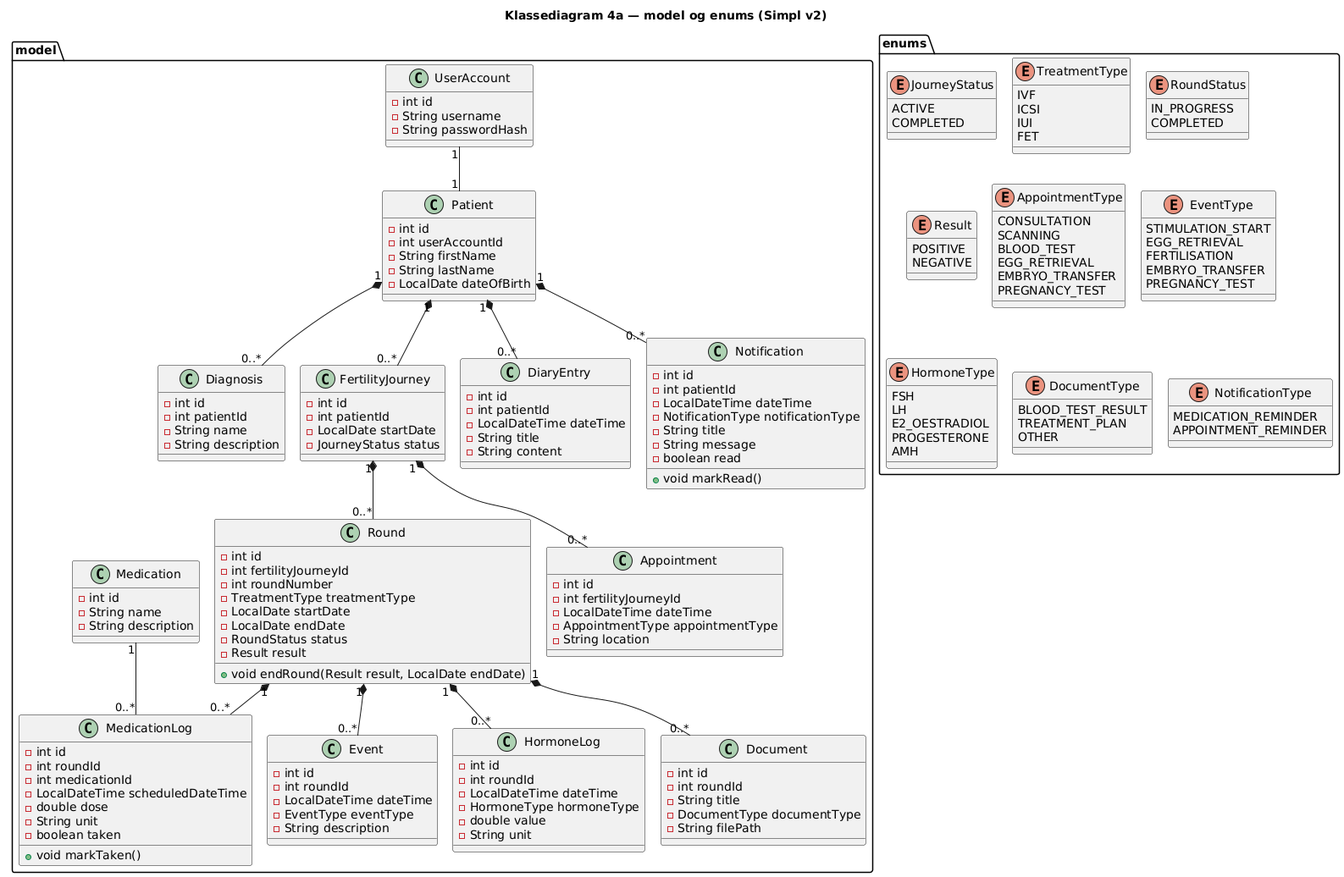
Before: doc/static/Klassediagram4a.png, a diagram exported from PlantUML (BesimaP/Simpl-PET-project).
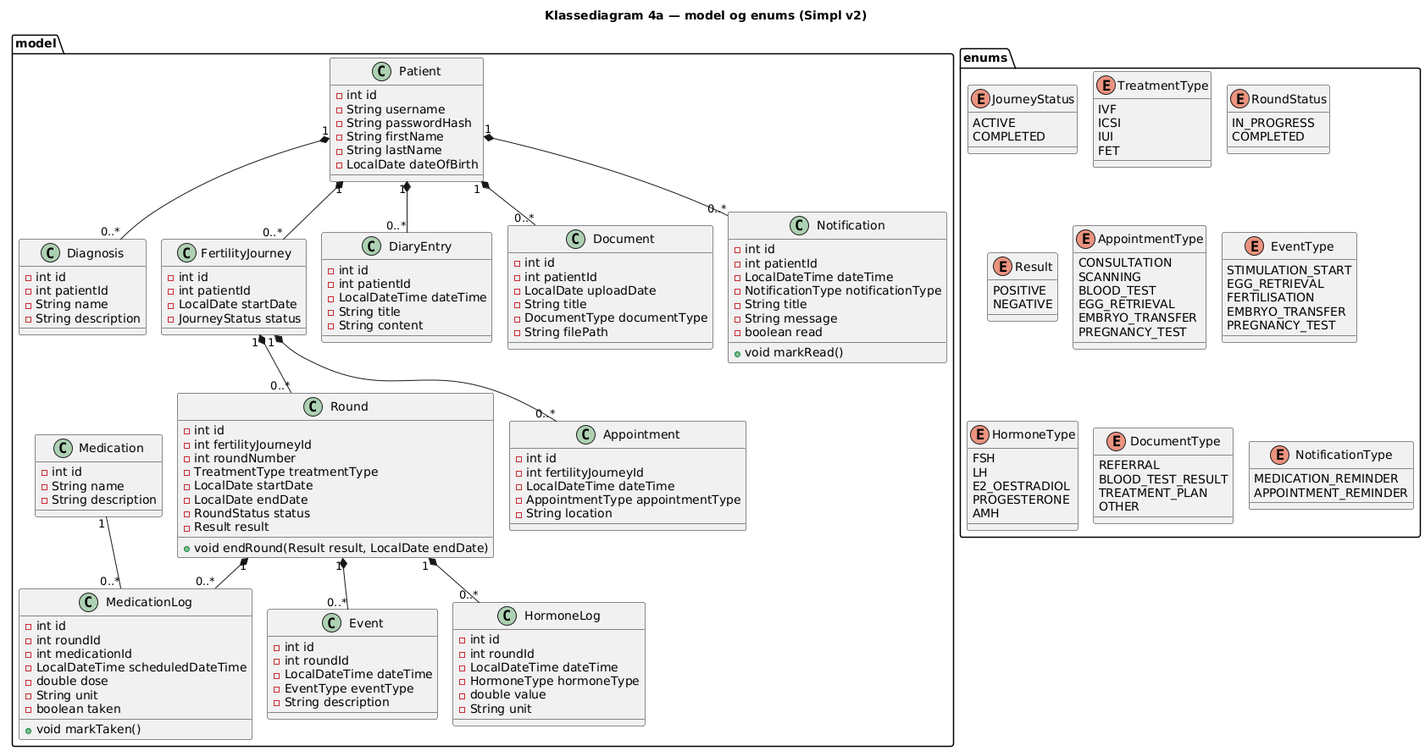
Later version of the same file.

What changed in the source:
```diff
@@ -6,15 +6,10 @@
 
 package "model" {
 
-  class UserAccount {
+  class Patient {
     - int id
     - String username
     - String passwordHash
-  }
-
-  class Patient {
-    - int id
-    - int userAccountId
     - String firstName
     - String lastName
     - LocalDate dateOfBirth
@@ -98,7 +93,8 @@
 
   class Document {
     - int id
-    - int roundId
+    - int patientId
+    - LocalDate uploadDate
     - String title
     - DocumentType documentType
     - String filePath
@@ -167,6 +163,7 @@
   }
 
   enum DocumentType {
+    REFERRAL
     BLOOD_TEST_RESULT
     TREATMENT_PLAN
     OTHER
@@ -180,11 +177,11 @@
 }
 
 
-UserAccount "1" -- "1" Patient
 Patient "1" *-- "0..*" Diagnosis
 Patient "1" *-- "0..*" FertilityJourney
 Patient "1" *-- "0..*" Notification
 Patient "1" *-- "0..*" DiaryEntry
+Patient "1" *-- "0..*" Document
 
 FertilityJourney "1" *-- "0..*" Round
 FertilityJourney "1" *-- "0..*" Appointment
@@ -192,7 +189,6 @@
 Round "1" *-- "0..*" Event
 Round "1" *-- "0..*" HormoneLog
 Round "1" *-- "0..*" MedicationLog
-Round "1" *-- "0..*" Document
 Medication "1" -- "0..*" MedicationLog
 
 @enduml
```
